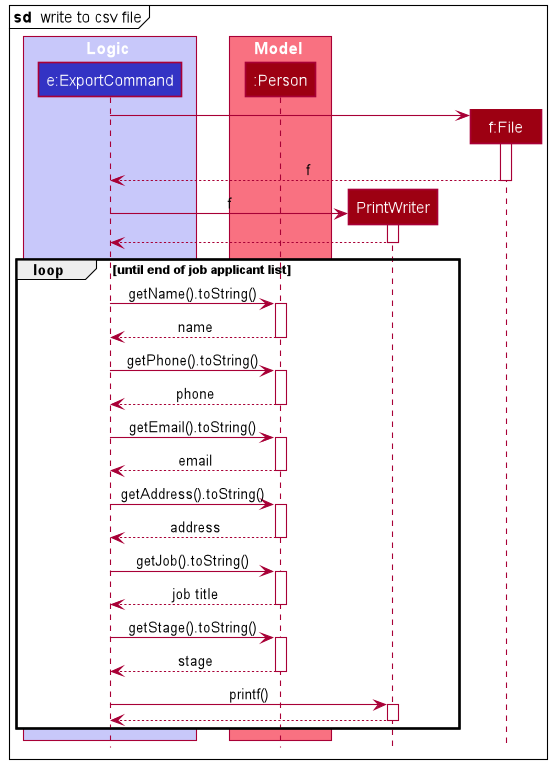
Above: docs/images/WriteToFileSequenceDiagram.png in rcjj98/tp (PlantUML), before the change.
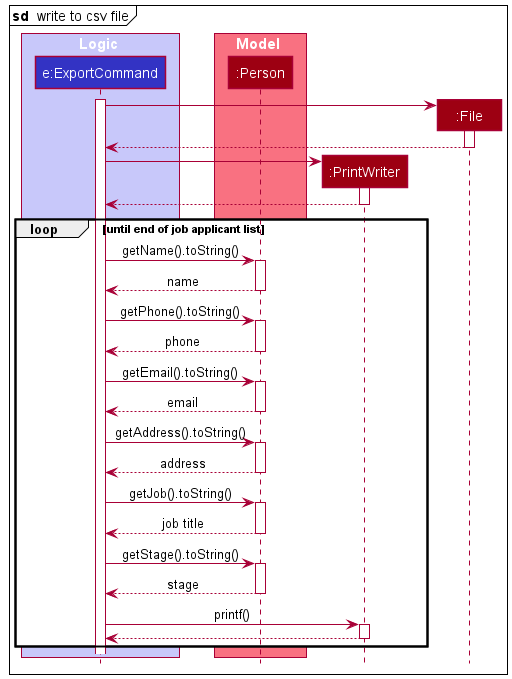
The same file after the commit.

What changed in the source:
```diff
@@ -2,6 +2,7 @@
 !include style.puml
 
 mainframe **sd**  write to csv file
+
 
 box Logic LOGIC_COLOR_T1
 participant "e:ExportCommand" as ExportCommand LOGIC_COLOR
@@ -11,18 +12,20 @@
 participant ":Person" as Person MODEL_COLOR
 end box
 
-participant "PrintWriter" as PrintWriter MODEL_COLOR
-participant "f:File" as File MODEL_COLOR
+participant ":PrintWriter" as PrintWriter MODEL_COLOR
+participant ":File" as File MODEL_COLOR
 
+create ExportCommand
+activate ExportCommand
 
 create File
 ExportCommand -> File
 activate File
-File --> ExportCommand : f
+File --> ExportCommand
 deactivate File
 
 create PrintWriter
-ExportCommand -> PrintWriter : f
+ExportCommand -> PrintWriter
 activate PrintWriter
 PrintWriter --> ExportCommand
 deactivate PrintWriter
```
